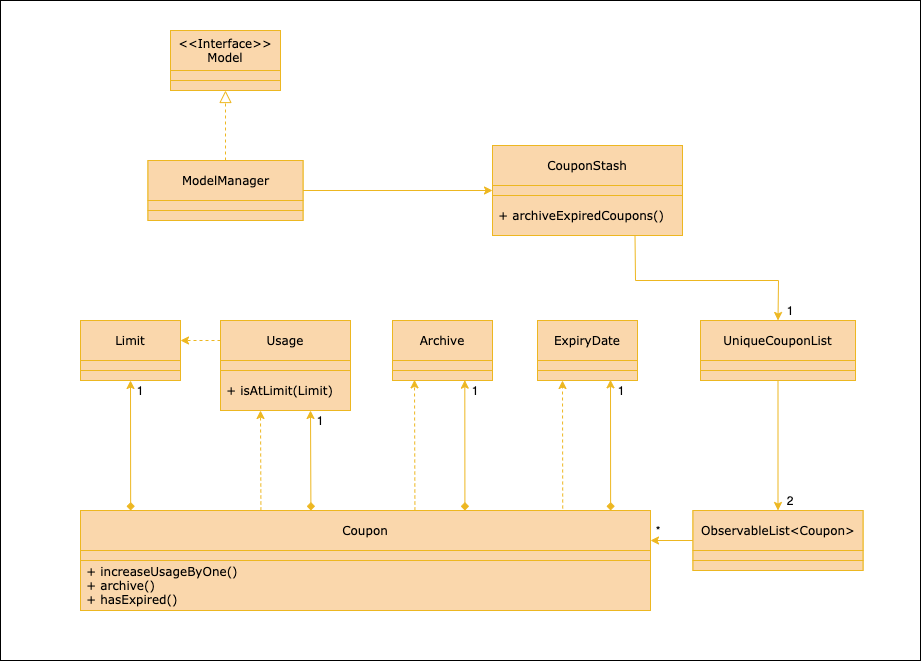
The draw.io diagram docs/images/ArchivingClassDiagram.png in nus-cs2103-AY1920S2/addressbook-level3, before a commit. Source tidied: cells renumbered, new cells last; positions are measured from the earlier drawing's top-left corner, leaving out a move shared by most shapes.
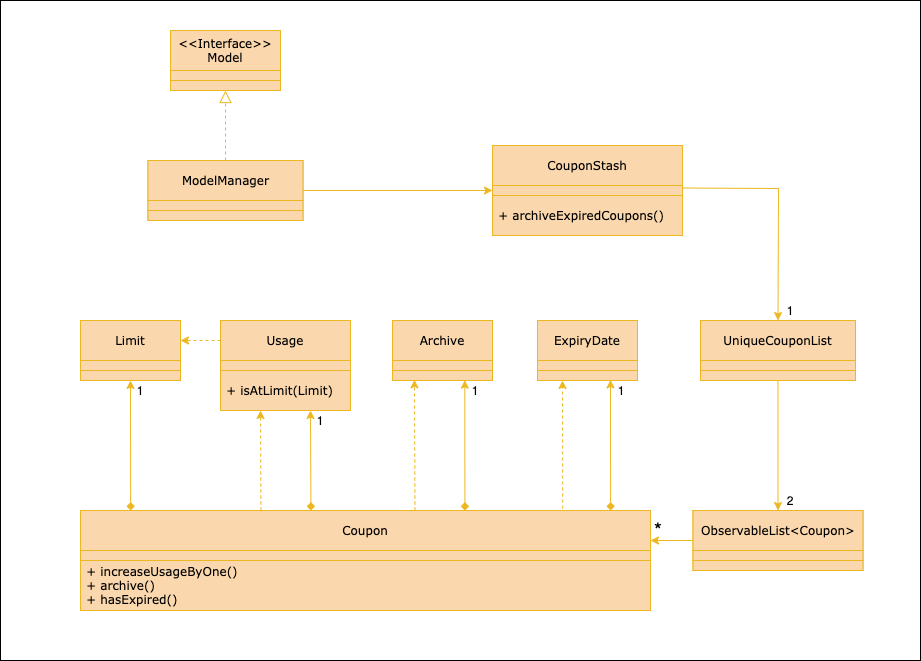
After the commit.

What changed in the source:
```diff
@@ -58,11 +58,10 @@
     <mxCell id="19" style="text;html=1;strokeColor=#EDB721;fillColor=#fad7ac;align=center;verticalAlign=middle;whiteSpace=wrap;rounded=0;fontFamily=Verdana;shadow=0;" parent="16" vertex="1">
       <mxGeometry y="50" width="155" height="10" as="geometry" />
     </mxCell>
-    <mxCell id="20" style="endArrow=classic;html=1;fontColor=#FFFFFF;exitX=0.75;exitY=1;exitDx=0;exitDy=0;fontFamily=Verdana;entryX=0.5;entryY=0;entryDx=0;entryDy=0;fillColor=#fad7ac;strokeColor=#EDB721;rounded=0;shadow=0;" parent="1" edge="1" source="11" target="17">
+    <mxCell id="20" style="endArrow=classic;html=1;fontColor=#FFFFFF;exitX=1;exitY=0.25;exitDx=0;exitDy=0;fontFamily=Verdana;entryX=0.5;entryY=0;entryDx=0;entryDy=0;fillColor=#fad7ac;strokeColor=#EDB721;rounded=0;shadow=0;" parent="1" edge="1" source="10" target="17">
       <mxGeometry relative="1" as="geometry">
         <Array as="points">
-          <mxPoint x="635" y="280" />
-          <mxPoint x="778" y="280" />
+          <mxPoint x="778" y="188" />
         </Array>
       </mxGeometry>
     </mxCell>
@@ -184,7 +183,7 @@
     <mxCell id="55" value="2" style="text;html=1;fillColor=none;align=center;verticalAlign=middle;whiteSpace=wrap;rounded=0;shadow=0;" parent="1" vertex="1">
       <mxGeometry x="780" y="490" width="20" height="20" as="geometry" />
     </mxCell>
-    <mxCell id="56" value="*" style="text;html=1;fillColor=none;align=center;verticalAlign=middle;whiteSpace=wrap;rounded=0;shadow=0;" parent="1" vertex="1">
+    <mxCell id="56" value="&lt;font style=&quot;font-size: 20px&quot;&gt;*&lt;/font&gt;" style="text;html=1;fillColor=none;align=center;verticalAlign=middle;whiteSpace=wrap;rounded=0;shadow=0;" parent="1" vertex="1">
       <mxGeometry x="648" y="520" width="20" height="20" as="geometry" />
     </mxCell>
     <mxCell id="57" value="1" style="text;html=1;fillColor=none;align=center;verticalAlign=middle;whiteSpace=wrap;rounded=0;shadow=0;" parent="1" vertex="1">
```
